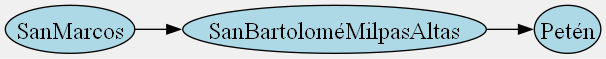
Before: src/main/resources/img/ubicacionActual.png, a diagram exported from Graphviz (Gerardo-Mantanico/TravelMap_GT). Its source is kept beside it as src/main/resources/img/ubicacionActual.dot. Source of this version:
```dot
digraph G {
rankdir=LR;
bgcolor="#f0f0f0";
 node [margin=0 fontcolor=black fontsize=18 width=0.5 shape=oval style=filled fillcolor=lightblue]
SanMarcos -> SanBartoloméMilpasAltas -> Petén;
}
```
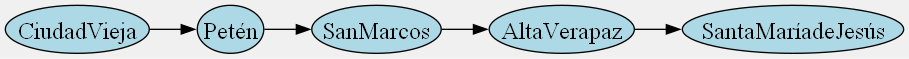
Later version of the same file.

Diff of the diagram source:
```diff
@@ -2,5 +2,5 @@
 rankdir=LR;
 bgcolor="#f0f0f0";
  node [margin=0 fontcolor=black fontsize=18 width=0.5 shape=oval style=filled fillcolor=lightblue]
-SanMarcos -> SanBartoloméMilpasAltas -> Petén;
+CiudadVieja -> Petén -> SanMarcos -> AltaVerapaz -> SantaMaríadeJesús;
 }
```
